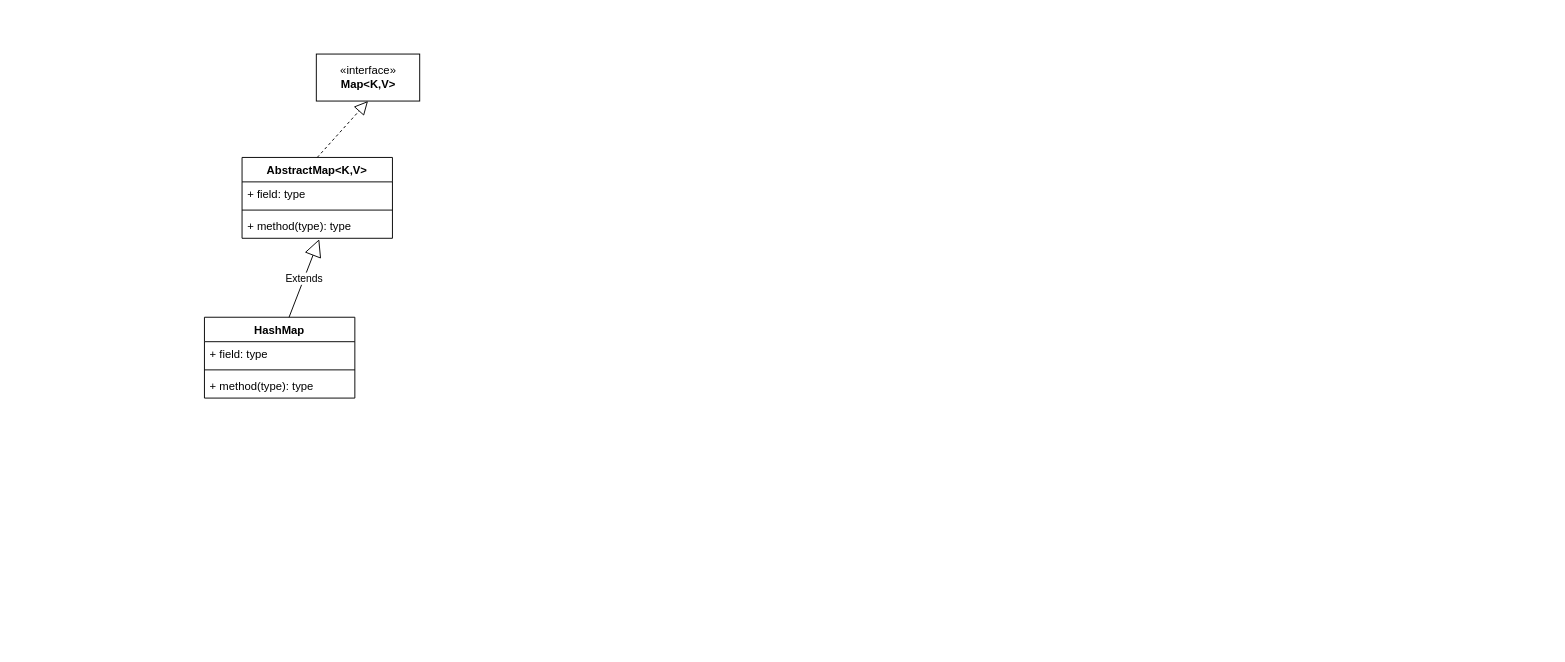
The draw.io diagram page "集合" (4 of 7) of JDK.drawio in tadsimons/draw, before the edit. Source tidied: cells renumbered, new cells numbered last; positions are measured from the earlier drawing's top-left corner, leaving out a move shared by most shapes. Both pictures are drawn from the tidied source at 94%, with x=0, y=0 at pixel (204, 54).
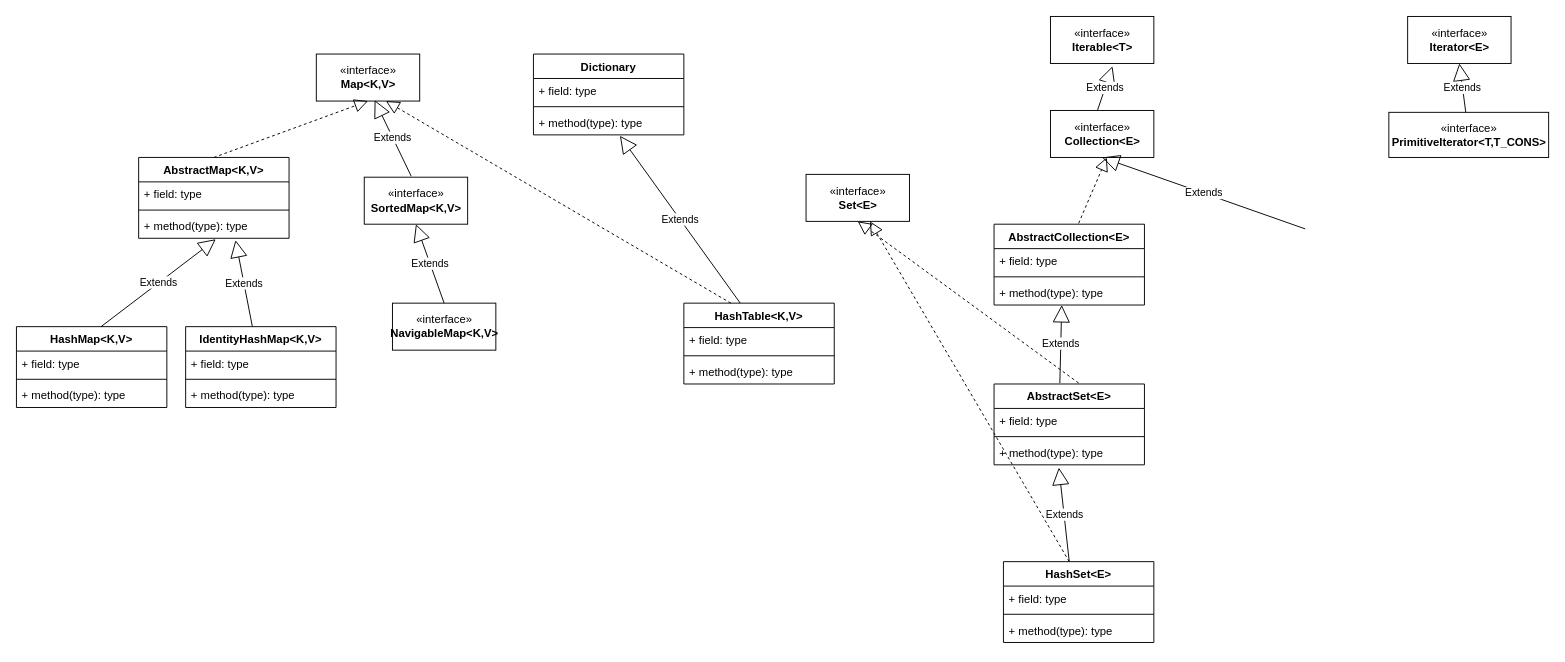
After the change.

Commit message:
增加集合类图

Unchanged cells that the change refers to:
```xml
<mxCell id="2" value="«interface»&lt;br&gt;&lt;b&gt;Map&amp;lt;K,V&amp;gt;&lt;/b&gt;" style="html=1;" parent="1" vertex="1">
  <mxGeometry x="119" width="110" height="50" as="geometry" />
</mxCell>
```

The edit, as a diff of the source:
```diff
@@
+    <mxCell id="13" value="«interface»&lt;br&gt;&lt;b&gt;Collection&amp;lt;E&amp;gt;&lt;/b&gt;" style="html=1;fillColor=#FFFFFF;" parent="1" vertex="1">
+      <mxGeometry x="900" y="60" width="110" height="50" as="geometry" />
+    </mxCell>
+    <mxCell id="14" value="«interface»&lt;br&gt;&lt;b&gt;Iterable&amp;lt;T&amp;gt;&lt;/b&gt;" style="html=1;fillColor=#FFFFFF;" parent="1" vertex="1">
+      <mxGeometry x="900" y="-40" width="110" height="50" as="geometry" />
+    </mxCell>
+    <mxCell id="15" value="Extends" style="endArrow=block;endSize=16;endFill=0;html=1;entryX=0.6;entryY=1.06;entryDx=0;entryDy=0;entryPerimeter=0;" parent="1" edge="1" target="14">
+      <mxGeometry relative="1" as="geometry">
+        <mxPoint x="950" y="60" as="sourcePoint" />
+      </mxGeometry>
+    </mxCell>
+    <mxCell id="16" value="«interface»&lt;br&gt;&lt;b&gt;Set&amp;lt;E&amp;gt;&lt;/b&gt;" style="html=1;fillColor=#FFFFFF;" parent="1" vertex="1">
+      <mxGeometry x="640" y="128" width="110" height="50" as="geometry" />
+    </mxCell>
+    <mxCell id="17" value="Extends" style="endArrow=block;endSize=16;endFill=0;html=1;entryX=0.5;entryY=1;entryDx=0;entryDy=0;exitX=0.373;exitY=-0.04;exitDx=0;exitDy=0;exitPerimeter=0;" parent="1" edge="1" target="13">
+      <mxGeometry relative="1" as="geometry">
+        <mxPoint x="1171" y="186" as="sourcePoint" />
+      </mxGeometry>
+    </mxCell>
+    <mxCell id="18" value="AbstractCollection&lt;E&gt;" style="swimlane;fontStyle=1;align=center;verticalAlign=top;horizontal=1;startSize=26;fillColor=#FFFFFF;" parent="1" vertex="1">
+      <mxGeometry x="840" y="181" width="160" height="86" as="geometry" />
+    </mxCell>
+    <mxCell id="19" value="+ field: type" style="text;strokeColor=none;fillColor=none;align=left;verticalAlign=top;spacingLeft=4;spacingRight=4;overflow=hidden;" parent="18" vertex="1">
+      <mxGeometry y="26" width="160" height="26" as="geometry" />
+    </mxCell>
+    <mxCell id="20" style="line;strokeWidth=1;fillColor=none;align=left;verticalAlign=middle;spacingTop=-1;spacingLeft=3;spacingRight=3;labelPosition=right;" parent="18" vertex="1">
+      <mxGeometry y="52" width="160" height="8" as="geometry" />
+    </mxCell>
+    <mxCell id="21" value="+ method(type): type" style="text;strokeColor=none;fillColor=none;align=left;verticalAlign=top;spacingLeft=4;spacingRight=4;overflow=hidden;points=[[0,0.5],[1,0.5]];portConstraint=eastwest;" parent="18" vertex="1">
+      <mxGeometry y="60" width="160" height="26" as="geometry" />
+    </mxCell>
+    <mxCell id="22" style="endArrow=block;dashed=1;endFill=0;endSize=12;html=1;" parent="18" edge="1">
+      <mxGeometry relative="1" as="geometry">
+        <mxPoint x="90" y="-1" as="sourcePoint" />
+        <mxPoint x="120" y="-71" as="targetPoint" />
+      </mxGeometry>
+    </mxCell>
+    <mxCell id="23" value="AbstractSet&lt;E&gt;" style="swimlane;fontStyle=1;align=center;verticalAlign=top;horizontal=1;startSize=26;fillColor=#FFFFFF;" parent="1" vertex="1">
+      <mxGeometry x="840" y="351" width="160" height="86" as="geometry" />
+    </mxCell>
+    <mxCell id="24" value="+ field: type" style="text;strokeColor=none;fillColor=none;align=left;verticalAlign=top;spacingLeft=4;spacingRight=4;overflow=hidden;" parent="23" vertex="1">
+      <mxGeometry y="26" width="160" height="26" as="geometry" />
+    </mxCell>
+    <mxCell id="25" style="line;strokeWidth=1;fillColor=none;align=left;verticalAlign=middle;spacingTop=-1;spacingLeft=3;spacingRight=3;labelPosition=right;" parent="23" vertex="1">
+      <mxGeometry y="52" width="160" height="8" as="geometry" />
+    </mxCell>
+    <mxCell id="26" value="+ method(type): type" style="text;strokeColor=none;fillColor=none;align=left;verticalAlign=top;spacingLeft=4;spacingRight=4;overflow=hidden;points=[[0,0.5],[1,0.5]];portConstraint=eastwest;" parent="23" vertex="1">
+      <mxGeometry y="60" width="160" height="26" as="geometry" />
+    </mxCell>
+    <mxCell id="27" value="Extends" style="endArrow=block;endSize=16;endFill=0;html=1;entryX=0.45;entryY=1;entryDx=0;entryDy=0;entryPerimeter=0;" parent="23" edge="1" target="21">
+      <mxGeometry relative="1" as="geometry">
+        <mxPoint x="70" y="-1" as="sourcePoint" />
+      </mxGeometry>
+    </mxCell>
+    <mxCell id="28" style="endArrow=block;dashed=1;endFill=0;endSize=12;html=1;entryX=0.5;entryY=1;entryDx=0;entryDy=0;" parent="23" edge="1" target="16">
+      <mxGeometry relative="1" as="geometry">
+        <mxPoint x="90" y="-1" as="sourcePoint" />
+      </mxGeometry>
+    </mxCell>
+    <mxCell id="29" value="HashSet&lt;E&gt;" style="swimlane;fontStyle=1;align=center;verticalAlign=top;horizontal=1;startSize=26;fillColor=#FFFFFF;" parent="1" vertex="1">
+      <mxGeometry x="850" y="540" width="160" height="86" as="geometry" />
+    </mxCell>
+    <mxCell id="30" value="Extends" style="endArrow=block;endSize=16;endFill=0;html=1;entryX=0.431;entryY=1.115;entryDx=0;entryDy=0;entryPerimeter=0;" parent="29" edge="1" target="26">
+      <mxGeometry relative="1" as="geometry">
+        <mxPoint x="70" as="sourcePoint" />
+      </mxGeometry>
+    </mxCell>
+    <mxCell id="31" style="endArrow=block;dashed=1;endFill=0;endSize=12;html=1;entryX=0.618;entryY=1;entryDx=0;entryDy=0;entryPerimeter=0;" parent="29" edge="1" target="16">
+      <mxGeometry relative="1" as="geometry">
+        <mxPoint x="70" as="sourcePoint" />
+      </mxGeometry>
+    </mxCell>
+    <mxCell id="32" value="+ field: type" style="text;strokeColor=none;fillColor=none;align=left;verticalAlign=top;spacingLeft=4;spacingRight=4;overflow=hidden;" parent="29" vertex="1">
+      <mxGeometry y="26" width="160" height="26" as="geometry" />
+    </mxCell>
+    <mxCell id="33" style="line;strokeWidth=1;fillColor=none;align=left;verticalAlign=middle;spacingTop=-1;spacingLeft=3;spacingRight=3;labelPosition=right;" parent="29" vertex="1">
+      <mxGeometry y="52" width="160" height="8" as="geometry" />
+    </mxCell>
+    <mxCell id="34" value="+ method(type): type" style="text;strokeColor=none;fillColor=none;align=left;verticalAlign=top;spacingLeft=4;spacingRight=4;overflow=hidden;" parent="29" vertex="1">
+      <mxGeometry y="60" width="160" height="26" as="geometry" />
+    </mxCell>
+    <mxCell id="35" value="Dictionary" style="swimlane;fontStyle=1;align=center;verticalAlign=top;horizontal=1;startSize=26;fillColor=#FFFFFF;" parent="1" vertex="1">
+      <mxGeometry x="350" width="160" height="86" as="geometry" />
+    </mxCell>
+    <mxCell id="36" value="+ field: type" style="text;strokeColor=none;fillColor=none;align=left;verticalAlign=top;spacingLeft=4;spacingRight=4;overflow=hidden;" parent="35" vertex="1">
+      <mxGeometry y="26" width="160" height="26" as="geometry" />
+    </mxCell>
+    <mxCell id="37" style="line;strokeWidth=1;fillColor=none;align=left;verticalAlign=middle;spacingTop=-1;spacingLeft=3;spacingRight=3;labelPosition=right;" parent="35" vertex="1">
+      <mxGeometry y="52" width="160" height="8" as="geometry" />
+    </mxCell>
+    <mxCell id="38" value="+ method(type): type" style="text;strokeColor=none;fillColor=none;align=left;verticalAlign=top;spacingLeft=4;spacingRight=4;overflow=hidden;points=[[0,0.5],[1,0.5]];portConstraint=eastwest;" parent="35" vertex="1">
+      <mxGeometry y="60" width="160" height="26" as="geometry" />
+    </mxCell>
+    <mxCell id="39" value="HashTable&lt;K,V&gt;" style="swimlane;fontStyle=1;align=center;verticalAlign=top;horizontal=1;startSize=26;fillColor=#FFFFFF;" parent="1" vertex="1">
+      <mxGeometry x="510" y="265" width="160" height="86" as="geometry" />
+    </mxCell>
+    <mxCell id="40" value="Extends" style="endArrow=block;endSize=16;endFill=0;html=1;entryX=0.575;entryY=1.038;entryDx=0;entryDy=0;entryPerimeter=0;" parent="39" edge="1" target="38">
+      <mxGeometry relative="1" as="geometry">
+        <mxPoint x="60" as="sourcePoint" />
+      </mxGeometry>
+    </mxCell>
+    <mxCell id="41" style="endArrow=block;dashed=1;endFill=0;endSize=12;html=1;entryX=0.673;entryY=1;entryDx=0;entryDy=0;entryPerimeter=0;" parent="39" edge="1" target="2">
+      <mxGeometry relative="1" as="geometry">
+        <mxPoint x="50" as="sourcePoint" />
+      </mxGeometry>
+    </mxCell>
+    <mxCell id="42" value="+ field: type" style="text;strokeColor=none;fillColor=none;align=left;verticalAlign=top;spacingLeft=4;spacingRight=4;overflow=hidden;" parent="39" vertex="1">
+      <mxGeometry y="26" width="160" height="26" as="geometry" />
+    </mxCell>
+    <mxCell id="43" style="line;strokeWidth=1;fillColor=none;align=left;verticalAlign=middle;spacingTop=-1;spacingLeft=3;spacingRight=3;labelPosition=right;" parent="39" vertex="1">
+      <mxGeometry y="52" width="160" height="8" as="geometry" />
+    </mxCell>
+    <mxCell id="44" value="+ method(type): type" style="text;strokeColor=none;fillColor=none;align=left;verticalAlign=top;spacingLeft=4;spacingRight=4;overflow=hidden;" parent="39" vertex="1">
+      <mxGeometry y="60" width="160" height="26" as="geometry" />
+    </mxCell>
+    <mxCell id="8" value="AbstractMap&lt;K,V&gt;" style="swimlane;fontStyle=1;align=center;verticalAlign=top;horizontal=1;startSize=26;" parent="1" vertex="1">
+      <mxGeometry x="-70" y="110" width="160" height="86" as="geometry" />
+    </mxCell>
+    <mxCell id="9" style="endArrow=block;dashed=1;endFill=0;endSize=12;html=1;entryX=0.5;entryY=1;entryDx=0;entryDy=0;" parent="8" edge="1" target="2">
+      <mxGeometry relative="1" as="geometry">
+        <mxPoint x="80" as="sourcePoint" />
+      </mxGeometry>
+    </mxCell>
+    <mxCell id="10" value="+ field: type" style="text;strokeColor=none;fillColor=none;align=left;verticalAlign=top;spacingLeft=4;spacingRight=4;overflow=hidden;" parent="8" vertex="1">
+      <mxGeometry y="26" width="160" height="26" as="geometry" />
+    </mxCell>
+    <mxCell id="11" style="line;strokeWidth=1;fillColor=none;align=left;verticalAlign=middle;spacingTop=-1;spacingLeft=3;spacingRight=3;labelPosition=right;" parent="8" vertex="1">
+      <mxGeometry y="52" width="160" height="8" as="geometry" />
+    </mxCell>
+    <mxCell id="12" value="+ method(type): type" style="text;strokeColor=none;fillColor=none;align=left;verticalAlign=top;spacingLeft=4;spacingRight=4;overflow=hidden;points=[[0,0.5],[1,0.5]];portConstraint=eastwest;" parent="8" vertex="1">
+      <mxGeometry y="60" width="160" height="26" as="geometry" />
+    </mxCell>
-    <mxCell id="3" value="HashMap" style="swimlane;fontStyle=1;align=center;verticalAlign=top;horizontal=1;startSize=26;" parent="1" vertex="1">
-      <mxGeometry y="280" width="160" height="86" as="geometry" />
+    <mxCell id="3" value="HashMap&lt;K,V&gt;" style="swimlane;fontStyle=1;align=center;verticalAlign=top;horizontal=1;startSize=26;" parent="1" vertex="1">
+      <mxGeometry x="-200" y="290" width="160" height="86" as="geometry" />
     </mxCell>
@@
-    <mxCell id="8" value="AbstractMap&lt;K,V&gt;" style="swimlane;fontStyle=1;align=center;verticalAlign=top;horizontal=1;startSize=26;" parent="1" vertex="1">
-      <mxGeometry x="40" y="110" width="160" height="86" as="geometry" />
-    </mxCell>
-    <mxCell id="9" style="endArrow=block;dashed=1;endFill=0;endSize=12;html=1;entryX=0.5;entryY=1;entryDx=0;entryDy=0;" parent="8" edge="1" target="2">
-      <mxGeometry relative="1" as="geometry">
-        <mxPoint x="80" as="sourcePoint" />
-      </mxGeometry>
-    </mxCell>
-    <mxCell id="10" value="+ field: type" style="text;strokeColor=none;fillColor=none;align=left;verticalAlign=top;spacingLeft=4;spacingRight=4;overflow=hidden;" parent="8" vertex="1">
-      <mxGeometry y="26" width="160" height="26" as="geometry" />
-    </mxCell>
-    <mxCell id="11" style="line;strokeWidth=1;fillColor=none;align=left;verticalAlign=middle;spacingTop=-1;spacingLeft=3;spacingRight=3;labelPosition=right;" parent="8" vertex="1">
-      <mxGeometry y="52" width="160" height="8" as="geometry" />
-    </mxCell>
-    <mxCell id="12" value="+ method(type): type" style="text;strokeColor=none;fillColor=none;align=left;verticalAlign=top;spacingLeft=4;spacingRight=4;overflow=hidden;points=[[0,0.5],[1,0.5]];portConstraint=eastwest;" parent="8" vertex="1">
-      <mxGeometry y="60" width="160" height="26" as="geometry" />
-    </mxCell>
+    <mxCell id="45" value="IdentityHashMap&lt;K,V&gt;" style="swimlane;fontStyle=1;align=center;verticalAlign=top;horizontal=1;startSize=26;fillColor=#FFFFFF;" parent="1" vertex="1">
+      <mxGeometry x="-20" y="290" width="160" height="86" as="geometry" />
+    </mxCell>
+    <mxCell id="46" value="Extends" style="endArrow=block;endSize=16;endFill=0;html=1;entryX=0.644;entryY=1.077;entryDx=0;entryDy=0;entryPerimeter=0;" parent="45" edge="1" target="12">
+      <mxGeometry relative="1" as="geometry">
+        <mxPoint x="71" as="sourcePoint" />
+      </mxGeometry>
+    </mxCell>
+    <mxCell id="47" value="+ field: type" style="text;strokeColor=none;fillColor=none;align=left;verticalAlign=top;spacingLeft=4;spacingRight=4;overflow=hidden;" parent="45" vertex="1">
+      <mxGeometry y="26" width="160" height="26" as="geometry" />
+    </mxCell>
+    <mxCell id="48" style="line;strokeWidth=1;fillColor=none;align=left;verticalAlign=middle;spacingTop=-1;spacingLeft=3;spacingRight=3;labelPosition=right;" parent="45" vertex="1">
+      <mxGeometry y="52" width="160" height="8" as="geometry" />
+    </mxCell>
+    <mxCell id="49" value="+ method(type): type" style="text;strokeColor=none;fillColor=none;align=left;verticalAlign=top;spacingLeft=4;spacingRight=4;overflow=hidden;" parent="45" vertex="1">
+      <mxGeometry y="60" width="160" height="26" as="geometry" />
+    </mxCell>
+    <mxCell id="50" value="«interface»&lt;br&gt;&lt;b&gt;SortedMap&amp;lt;K,V&amp;gt;&lt;/b&gt;" style="html=1;fillColor=#FFFFFF;" parent="1" vertex="1">
+      <mxGeometry x="170" y="131" width="110" height="50" as="geometry" />
+    </mxCell>
+    <mxCell id="51" value="Extends" style="endArrow=block;endSize=16;endFill=0;html=1;entryX=0.564;entryY=0.98;entryDx=0;entryDy=0;entryPerimeter=0;" parent="1" edge="1" target="2">
+      <mxGeometry relative="1" as="geometry">
+        <mxPoint x="220" y="130" as="sourcePoint" />
+      </mxGeometry>
+    </mxCell>
+    <mxCell id="52" value="«interface»&lt;br&gt;&lt;b&gt;NavigableMap&amp;lt;K,V&amp;gt;&lt;/b&gt;" style="html=1;fillColor=#FFFFFF;" parent="1" vertex="1">
+      <mxGeometry x="200" y="265" width="110" height="50" as="geometry" />
+    </mxCell>
+    <mxCell id="53" value="Extends" style="endArrow=block;endSize=16;endFill=0;html=1;entryX=0.5;entryY=1;entryDx=0;entryDy=0;exitX=0.5;exitY=0;exitDx=0;exitDy=0;" parent="1" edge="1" source="52" target="50">
+      <mxGeometry relative="1" as="geometry" />
+    </mxCell>
+    <mxCell id="54" value="«interface»&lt;br&gt;&lt;b&gt;Iterator&amp;lt;E&amp;gt;&lt;/b&gt;" style="html=1;fillColor=#FFFFFF;" parent="1" vertex="1">
+      <mxGeometry x="1280" y="-40" width="110" height="50" as="geometry" />
+    </mxCell>
+    <mxCell id="55" value="«interface»&lt;br&gt;&lt;b&gt;PrimitiveIterator&amp;lt;T,T_CONS&amp;gt;&lt;/b&gt;" style="html=1;fillColor=#FFFFFF;" parent="1" vertex="1">
+      <mxGeometry x="1260" y="62" width="170" height="48" as="geometry" />
+    </mxCell>
+    <mxCell id="56" value="Extends" style="endArrow=block;endSize=16;endFill=0;html=1;entryX=0.5;entryY=1;entryDx=0;entryDy=0;" parent="1" edge="1" source="55" target="54">
+      <mxGeometry relative="1" as="geometry" />
+    </mxCell>
```
